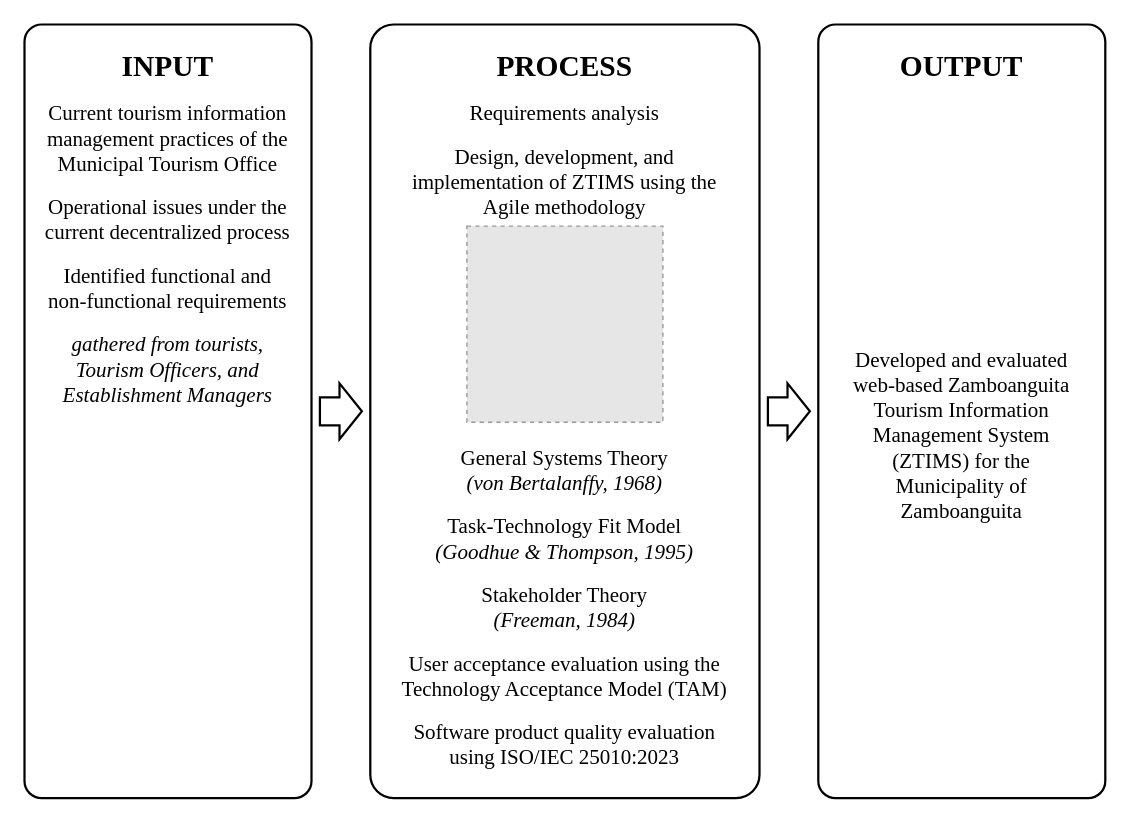
The draw.io diagram docs/diagrams/ztims-conceptual-framework.drawio in jefee0101/ZTIMS, before the edit. Source tidied: cells renumbered, new cells numbered last; positions are measured from the earlier drawing's top-left corner, leaving out a move shared by most shapes. Both pictures are drawn from the tidied source at 140%, with x=0, y=0 at pixel (24, 24). Pictures stored in the file or linked from it are replaced by grey dashed boxes.
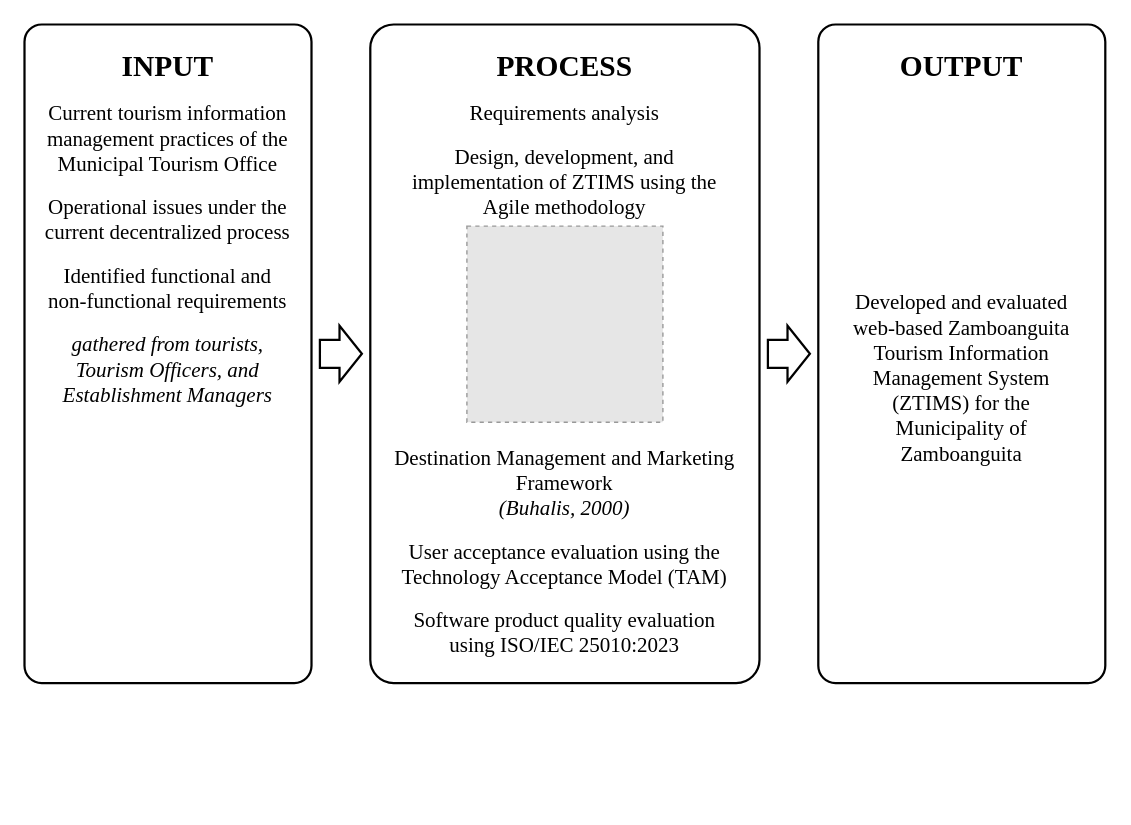
The same diagram, later.

Commit message (it also covers changes not shown here):
Theoretical framework: destination management and marketing framework replaces the system theories

Claude-Session: https://claude.ai/code/session_01DodXmhEpoi71garNeHNJmv

Change to the diagram source:
```diff
@@
 <mxGraphModel>
   <root>
     <mxCell id="0" />
     <mxCell id="1" parent="0" />
     <mxCell id="2" style="rounded=1;arcSize=6;html=1;fillColor=#ffffff;strokeColor=#000000;strokeWidth=1.6;" parent="1" vertex="1">
-      <mxGeometry width="205" height="552.6" as="geometry" />
+      <mxGeometry width="205" height="470.4" as="geometry" />
     </mxCell>
     <mxCell id="3" value="&lt;b&gt;INPUT&lt;/b&gt;" style="text;html=1;whiteSpace=wrap;align=center;verticalAlign=top;fontSize=21;spacing=0;fontFamily=Times New Roman;fontColor=#000000;" parent="1" vertex="1">
       <mxGeometry y="13" width="205" height="25" as="geometry" />
     </mxCell>
     <mxCell id="4" style="rounded=1;arcSize=6;html=1;fillColor=#ffffff;strokeColor=#000000;strokeWidth=1.6;" parent="1" vertex="1">
-      <mxGeometry x="247" width="278" height="552.6" as="geometry" />
+      <mxGeometry x="247" width="278" height="470.4" as="geometry" />
     </mxCell>
     <mxCell id="5" value="&lt;b&gt;PROCESS&lt;/b&gt;" style="text;html=1;whiteSpace=wrap;align=center;verticalAlign=top;fontSize=21;spacing=0;fontFamily=Times New Roman;fontColor=#000000;" parent="1" vertex="1">
       <mxGeometry x="247" y="13" width="278" height="25" as="geometry" />
     </mxCell>
     <mxCell id="6" style="rounded=1;arcSize=6;html=1;fillColor=#ffffff;strokeColor=#000000;strokeWidth=1.6;" parent="1" vertex="1">
-      <mxGeometry x="567" width="205" height="552.6" as="geometry" />
+      <mxGeometry x="567" width="205" height="470.4" as="geometry" />
     </mxCell>
     <mxCell id="7" value="&lt;b&gt;OUTPUT&lt;/b&gt;" style="text;html=1;whiteSpace=wrap;align=center;verticalAlign=top;fontSize=21;spacing=0;fontFamily=Times New Roman;fontColor=#000000;" parent="1" vertex="1">
       <mxGeometry x="567" y="13" width="205" height="25" as="geometry" />
     </mxCell>
     <mxCell id="8" value="&lt;div style=&quot;margin-bottom:13px&quot;&gt;Current tourism information management practices of the Municipal Tourism Office&lt;/div&gt;&lt;div style=&quot;margin-bottom:13px&quot;&gt;Operational issues under the current decentralized process&lt;/div&gt;&lt;div style=&quot;margin-bottom:13px&quot;&gt;Identified functional and non-functional requirements&lt;/div&gt;&lt;div style=&quot;margin-bottom:13px&quot;&gt;&lt;i&gt;gathered from tourists, Tourism Officers, and Establishment Managers&lt;/i&gt;&lt;/div&gt;" style="text;html=1;whiteSpace=wrap;align=center;verticalAlign=top;fontSize=15;spacing=0;fontFamily=Times New Roman;fontColor=#000000;" parent="1" vertex="1">
       <mxGeometry x="15" y="50" width="175" height="226.5" as="geometry" />
     </mxCell>
     <mxCell id="9" value="&lt;div style=&quot;margin-bottom:13px&quot;&gt;Requirements analysis&lt;/div&gt;&lt;div style=&quot;margin-bottom:13px&quot;&gt;Design, development, and implementation of ZTIMS using the Agile methodology&lt;/div&gt;" style="text;html=1;whiteSpace=wrap;align=center;verticalAlign=top;fontSize=15;spacing=0;fontFamily=Times New Roman;fontColor=#000000;" parent="1" vertex="1">
       <mxGeometry x="262" y="50" width="248" height="88" as="geometry" />
     </mxCell>
     <mxCell id="10" style="fillColor=#E6E6E6;strokeColor=#999999;dashed=1;html=1;" parent="1" vertex="1">
       <mxGeometry x="316" y="144" width="140" height="140.1" as="geometry" />
     </mxCell>
-    <mxCell id="11" value="&lt;div style=&quot;margin-bottom:13px&quot;&gt;General Systems Theory&lt;br&gt;&lt;i&gt;(von Bertalanffy, 1968)&lt;/i&gt;&lt;/div&gt;&lt;div style=&quot;margin-bottom:13px&quot;&gt;Task-Technology Fit Model&lt;br&gt;&lt;i&gt;(Goodhue &amp;amp; Thompson, 1995)&lt;/i&gt;&lt;/div&gt;&lt;div style=&quot;margin-bottom:13px&quot;&gt;Stakeholder Theory&lt;br&gt;&lt;i&gt;(Freeman, 1984)&lt;/i&gt;&lt;/div&gt;&lt;div style=&quot;margin-bottom:13px&quot;&gt;User acceptance evaluation using the Technology Acceptance Model (TAM)&lt;/div&gt;&lt;div style=&quot;margin-bottom:13px&quot;&gt;Software product quality evaluation using ISO/IEC 25010:2023&lt;/div&gt;" style="text;html=1;whiteSpace=wrap;align=center;verticalAlign=top;fontSize=15;spacing=0;fontFamily=Times New Roman;fontColor=#000000;" parent="1" vertex="1">
-      <mxGeometry x="262" y="296.1" width="248" height="239.5" as="geometry" />
+    <mxCell id="11" value="&lt;div style=&quot;margin-bottom:13px&quot;&gt;Destination Management and Marketing Framework&lt;br&gt;&lt;i&gt;(Buhalis, 2000)&lt;/i&gt;&lt;/div&gt;&lt;div style=&quot;margin-bottom:13px&quot;&gt;User acceptance evaluation using the Technology Acceptance Model (TAM)&lt;/div&gt;&lt;div style=&quot;margin-bottom:13px&quot;&gt;Software product quality evaluation using ISO/IEC 25010:2023&lt;/div&gt;" style="text;html=1;whiteSpace=wrap;align=center;verticalAlign=top;fontSize=15;spacing=0;fontFamily=Times New Roman;fontColor=#000000;" parent="1" vertex="1">
+      <mxGeometry x="262" y="296.1" width="248" height="157.2" as="geometry" />
     </mxCell>
     <mxCell id="12" value="Developed and evaluated web-based Zamboanguita Tourism Information Management System (ZTIMS) for the Municipality of Zamboanguita" style="text;html=1;whiteSpace=wrap;align=center;verticalAlign=middle;fontSize=15;spacing=0;fontFamily=Times New Roman;fontColor=#000000;" parent="1" vertex="1">
-      <mxGeometry x="582" y="227.2" width="175" height="131.2" as="geometry" />
+      <mxGeometry x="582" y="186" width="175" height="131.2" as="geometry" />
     </mxCell>
     <mxCell id="13" style="shape=singleArrow;html=1;arrowWidth=0.500;arrowSize=0.533;fillColor=#ffffff;strokeColor=#000000;strokeWidth=1.6;" parent="1" vertex="1">
-      <mxGeometry x="211" y="256.3" width="30" height="40" as="geometry" />
+      <mxGeometry x="211" y="215.2" width="30" height="40" as="geometry" />
     </mxCell>
     <mxCell id="14" style="shape=singleArrow;html=1;arrowWidth=0.500;arrowSize=0.533;fillColor=#ffffff;strokeColor=#000000;strokeWidth=1.6;" parent="1" vertex="1">
-      <mxGeometry x="531" y="256.3" width="30" height="40" as="geometry" />
+      <mxGeometry x="531" y="215.2" width="30" height="40" as="geometry" />
     </mxCell>
   </root>
 </mxGraphModel>
```
